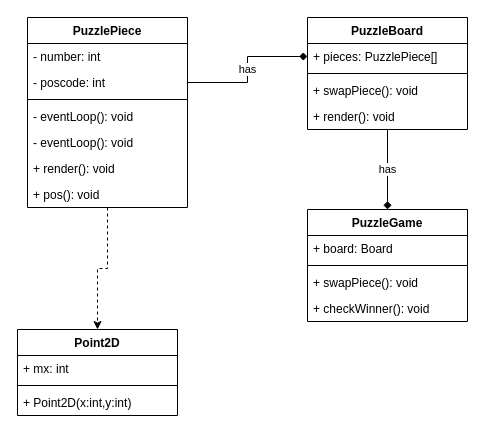
The draw.io diagram schema/puzzle with ui.drawio in deeperj/rust, before the edit. Source tidied: cells renumbered, new cells numbered last; positions are measured from the earlier drawing's top-left corner, leaving out a move shared by most shapes. Both pictures are drawn from the tidied source at 100%, with x=0, y=0 at pixel (17, 17).
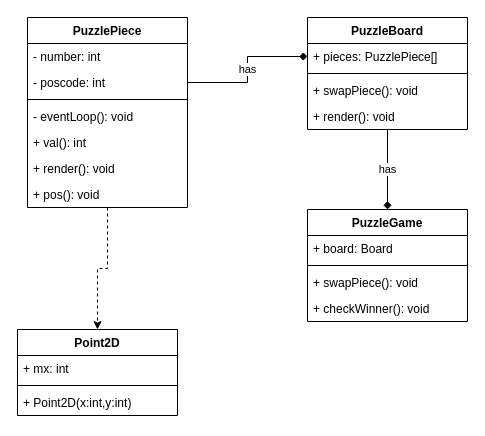
Above is the later version.

The change refers to these unchanged cells:
```xml
<mxCell id="14" value="PuzzlePiece" style="swimlane;fontStyle=1;align=center;verticalAlign=top;horizontal=1;startSize=26;" parent="1" vertex="1">
  <mxGeometry x="10" width="160" height="190" as="geometry" />
</mxCell>
```

What changed in the source:
```diff
@@
-    <mxCell id="19" value="- eventLoop(): void" style="text;strokeColor=none;fillColor=none;align=left;verticalAlign=top;spacingLeft=4;spacingRight=4;overflow=hidden;" parent="14" vertex="1">
+    <mxCell id="19" value="+ val(): int" style="text;strokeColor=none;fillColor=none;align=left;verticalAlign=top;spacingLeft=4;spacingRight=4;overflow=hidden;" parent="14" vertex="1">
       <mxGeometry y="112" width="160" height="26" as="geometry" />
     </mxCell>
```
